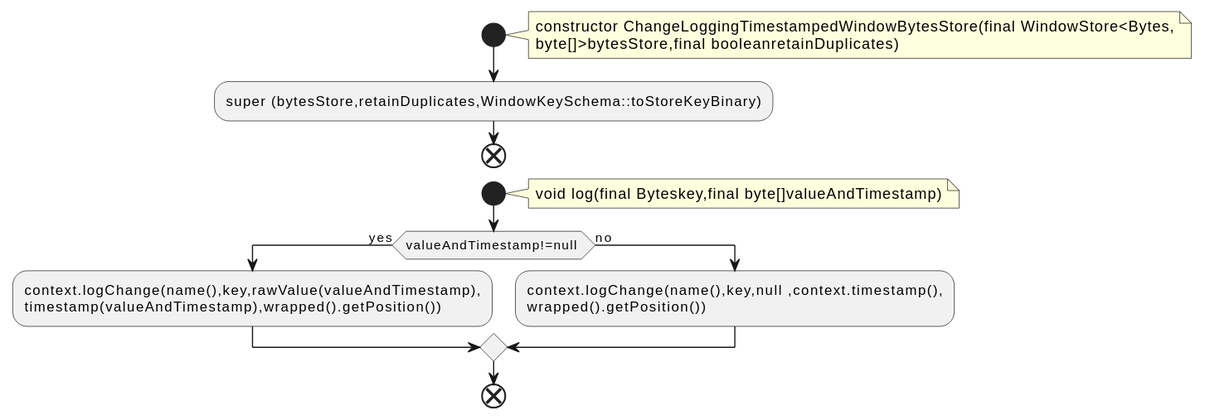
The PlantUML diagram docs/qc/streams/src/main/java/org/apache/kafka/streams/state/internals/ChangeLoggingTimestampedWindowBytesStore.java.fct.svg in qualitesys/kafka, before a commit.
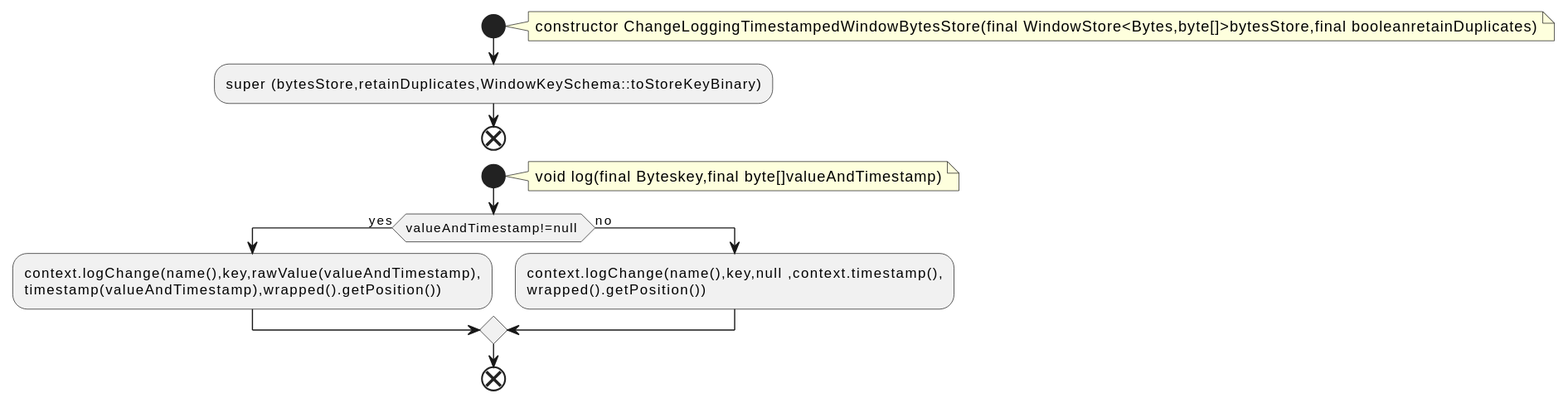
Later version of the same file.

Diff of the diagram source:
```diff
@@ -2,8 +2,7 @@
 !pragma layout smetana
 start
 note right
-constructor ChangeLoggingTimestampedWindowBytesStore(final WindowStore<Bytes,
-byte[]>bytesStore,final booleanretainDuplicates)
+constructor ChangeLoggingTimestampedWindowBytesStore(final WindowStore<Bytes,byte[]>bytesStore,final booleanretainDuplicates)
 end note
 :super (bytesStore,retainDuplicates,WindowKeySchema::toStoreKeyBinary);
 end
```
